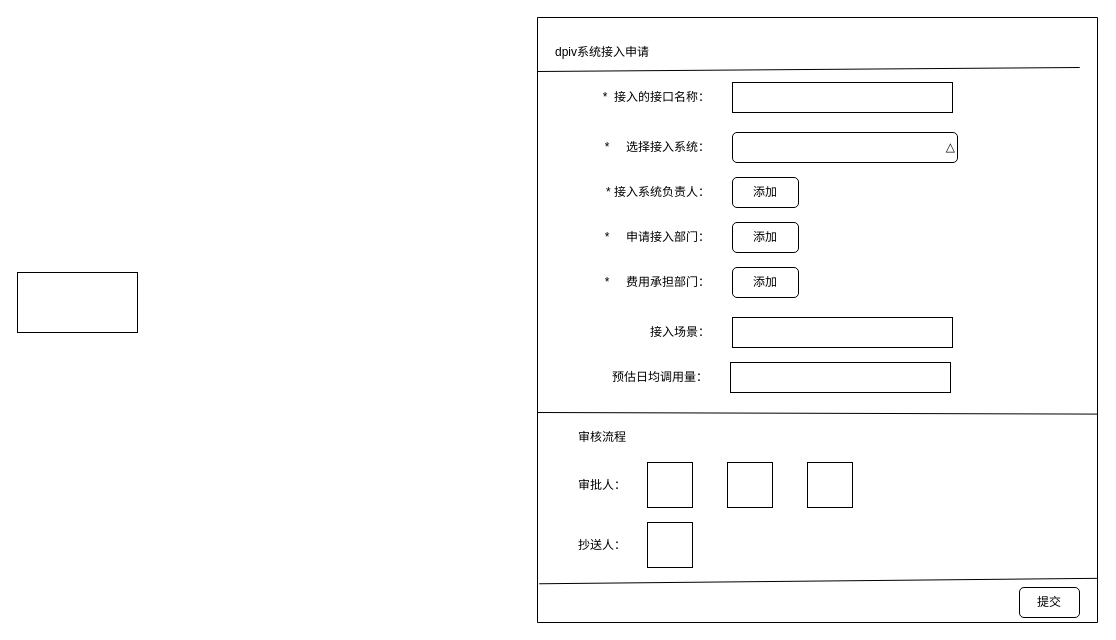
The draw.io diagram page "系统接入申请" (1 of 2) of dpiv.drawio in 5309609/diagrams, before the edit. Source tidied: cells renumbered, new cells numbered last; positions are measured from the earlier drawing's top-left corner, leaving out a move shared by most shapes. Both pictures are drawn from the tidied source at 100%, with x=0, y=0 at pixel (17, 17).
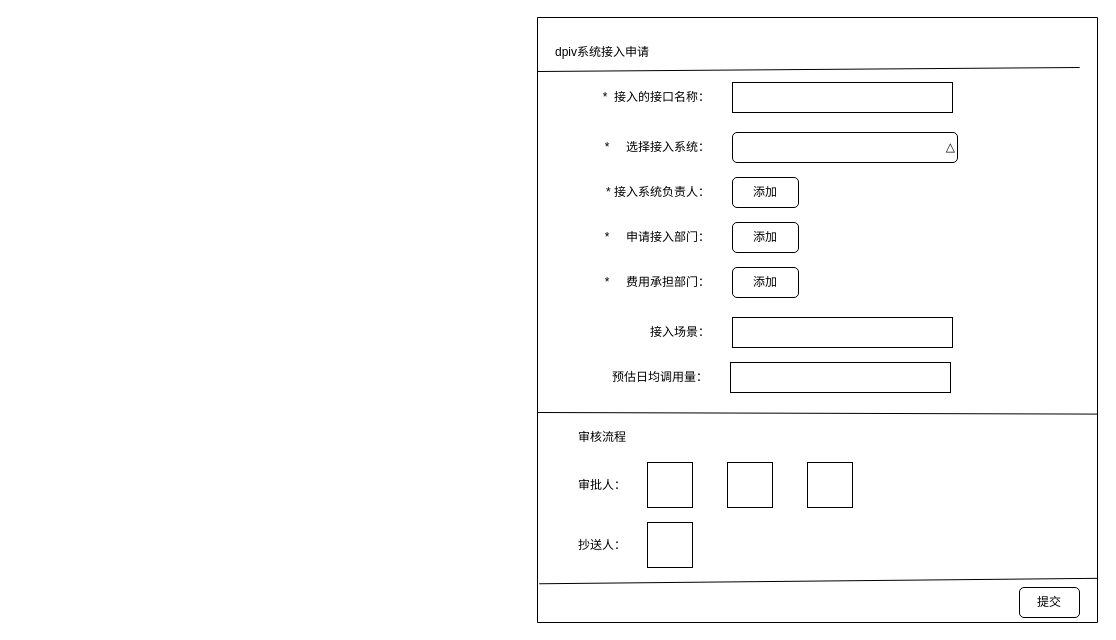
After the change.

Change to the diagram source:
```diff
@@
-    <mxCell id="28" style="rounded=0;whiteSpace=wrap;html=1;" parent="1" vertex="1">
-      <mxGeometry y="255" width="120" height="60" as="geometry" />
-    </mxCell>
```
